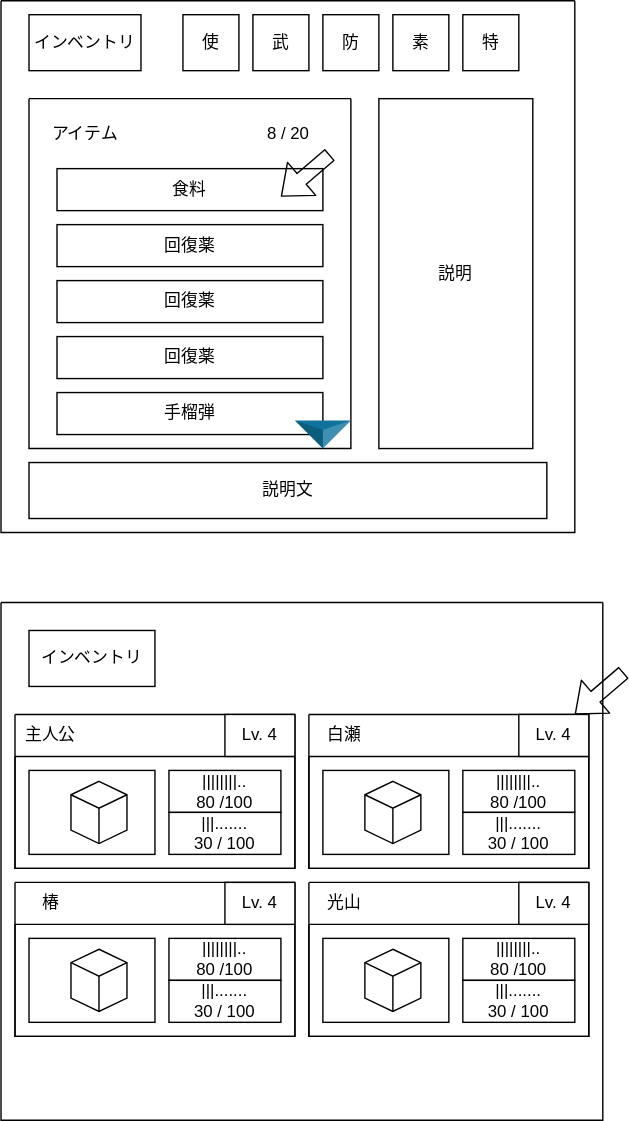
This is docs/images/20231221inventory.drawio.svg from kijimaD/ruins, a draw.io export, as it was before one commit. Source tidied: cells renumbered, new cells last; positions are measured from the earlier drawing's top-left corner, leaving out a move shared by most shapes. Its diagram source:
```xml
<mxGraphModel>
  <root>
    <mxCell id="0" />
    <mxCell id="1" parent="0" />
    <mxCell id="2" style="swimlane;startSize=0;" parent="1" vertex="1">
      <mxGeometry width="410" height="380" as="geometry" />
    </mxCell>
    <mxCell id="3" value="インベントリ" style="whiteSpace=wrap;html=1;" parent="2" vertex="1">
      <mxGeometry x="20" y="10" width="80" height="40" as="geometry" />
    </mxCell>
    <mxCell id="4" style="swimlane;startSize=0;" parent="2" vertex="1">
      <mxGeometry x="20" y="70" width="230" height="250" as="geometry" />
    </mxCell>
    <mxCell id="5" value="アイテム" style="text;html=1;align=center;verticalAlign=middle;strokeColor=none;fillColor=none;" parent="4" vertex="1">
      <mxGeometry x="5" y="10" width="70" height="30" as="geometry" />
    </mxCell>
    <mxCell id="6" value="8 / 20" style="text;html=1;align=center;verticalAlign=middle;strokeColor=none;fillColor=none;" parent="4" vertex="1">
      <mxGeometry x="160" y="10" width="50" height="30" as="geometry" />
    </mxCell>
    <mxCell id="7" value="食料" style="whiteSpace=wrap;html=1;" parent="4" vertex="1">
      <mxGeometry x="20" y="50" width="190" height="30" as="geometry" />
    </mxCell>
    <mxCell id="8" value="回復薬" style="whiteSpace=wrap;html=1;" parent="4" vertex="1">
      <mxGeometry x="20" y="90" width="190" height="30" as="geometry" />
    </mxCell>
    <mxCell id="9" value="回復薬" style="whiteSpace=wrap;html=1;" parent="4" vertex="1">
      <mxGeometry x="20" y="130" width="190" height="30" as="geometry" />
    </mxCell>
    <mxCell id="10" value="回復薬" style="whiteSpace=wrap;html=1;" parent="4" vertex="1">
      <mxGeometry x="20" y="170" width="190" height="30" as="geometry" />
    </mxCell>
    <mxCell id="11" value="手榴弾" style="whiteSpace=wrap;html=1;" parent="4" vertex="1">
      <mxGeometry x="20" y="210" width="190" height="30" as="geometry" />
    </mxCell>
    <mxCell id="12" style="verticalLabelPosition=bottom;verticalAlign=top;html=1;shape=mxgraph.infographic.shadedTriangle;fillColor=#10739E;strokeColor=none;rotation=-180;" parent="4" vertex="1">
      <mxGeometry x="190" y="230" width="40" height="20" as="geometry" />
    </mxCell>
    <mxCell id="13" style="shape=flexArrow;endArrow=classic;html=1;" parent="4" edge="1">
      <mxGeometry relative="1" as="geometry">
        <mxPoint x="215" y="40" as="sourcePoint" />
        <mxPoint x="180" y="70" as="targetPoint" />
      </mxGeometry>
    </mxCell>
    <mxCell id="14" value="説明文" style="whiteSpace=wrap;html=1;" parent="2" vertex="1">
      <mxGeometry x="20" y="330" width="370" height="40" as="geometry" />
    </mxCell>
    <mxCell id="15" value="使" style="whiteSpace=wrap;html=1;" parent="2" vertex="1">
      <mxGeometry x="130" y="10" width="40" height="40" as="geometry" />
    </mxCell>
    <mxCell id="16" value="武" style="whiteSpace=wrap;html=1;" parent="2" vertex="1">
      <mxGeometry x="180" y="10" width="40" height="40" as="geometry" />
    </mxCell>
    <mxCell id="17" value="防" style="whiteSpace=wrap;html=1;" parent="2" vertex="1">
      <mxGeometry x="230" y="10" width="40" height="40" as="geometry" />
    </mxCell>
    <mxCell id="18" value="素" style="whiteSpace=wrap;html=1;" parent="2" vertex="1">
      <mxGeometry x="280" y="10" width="40" height="40" as="geometry" />
    </mxCell>
    <mxCell id="19" value="特" style="whiteSpace=wrap;html=1;" parent="2" vertex="1">
      <mxGeometry x="330" y="10" width="40" height="40" as="geometry" />
    </mxCell>
    <mxCell id="20" value="説明" style="whiteSpace=wrap;html=1;" parent="2" vertex="1">
      <mxGeometry x="270" y="70" width="110" height="250" as="geometry" />
    </mxCell>
    <mxCell id="21" style="swimlane;startSize=0;" parent="1" vertex="1">
      <mxGeometry y="430" width="430" height="370" as="geometry" />
    </mxCell>
    <mxCell id="22" value="インベントリ" style="whiteSpace=wrap;html=1;" parent="21" vertex="1">
      <mxGeometry x="20" y="20" width="90" height="40" as="geometry" />
    </mxCell>
    <mxCell id="23" style="swimlane;startSize=0;" parent="21" vertex="1">
      <mxGeometry x="10" y="80" width="200" height="110" as="geometry" />
    </mxCell>
    <mxCell id="24" style="swimlane;startSize=0;" parent="23" vertex="1">
      <mxGeometry y="30" width="200" height="80" as="geometry" />
    </mxCell>
    <mxCell id="25" style="whiteSpace=wrap;html=1;" parent="24" vertex="1">
      <mxGeometry x="10" y="10" width="90" height="60" as="geometry" />
    </mxCell>
    <mxCell id="26" style="html=1;whiteSpace=wrap;shape=isoCube2;backgroundOutline=1;isoAngle=15;" parent="24" vertex="1">
      <mxGeometry x="40" y="17.8" width="40" height="44.4" as="geometry" />
    </mxCell>
    <mxCell id="27" value="||||||||..&lt;br&gt;&amp;nbsp;80 /100" style="rounded=0;whiteSpace=wrap;html=1;" parent="24" vertex="1">
      <mxGeometry x="110" y="10" width="80" height="30" as="geometry" />
    </mxCell>
    <mxCell id="28" value="|||.......&lt;br&gt;30 / 100" style="rounded=0;whiteSpace=wrap;html=1;" parent="24" vertex="1">
      <mxGeometry x="110" y="40" width="80" height="30" as="geometry" />
    </mxCell>
    <mxCell id="29" value="Lv. 4" style="rounded=0;whiteSpace=wrap;html=1;" parent="23" vertex="1">
      <mxGeometry x="150" width="50" height="30" as="geometry" />
    </mxCell>
    <mxCell id="30" value="主人公" style="text;html=1;align=center;verticalAlign=middle;strokeColor=none;fillColor=none;" parent="23" vertex="1">
      <mxGeometry x="-5" width="60" height="30" as="geometry" />
    </mxCell>
    <mxCell id="31" style="swimlane;startSize=0;" parent="21" vertex="1">
      <mxGeometry x="220" y="80" width="200" height="110" as="geometry" />
    </mxCell>
    <mxCell id="32" style="swimlane;startSize=0;" parent="31" vertex="1">
      <mxGeometry y="30" width="200" height="80" as="geometry" />
    </mxCell>
    <mxCell id="33" style="whiteSpace=wrap;html=1;" parent="32" vertex="1">
      <mxGeometry x="10" y="10" width="90" height="60" as="geometry" />
    </mxCell>
    <mxCell id="34" style="html=1;whiteSpace=wrap;shape=isoCube2;backgroundOutline=1;isoAngle=15;" parent="32" vertex="1">
      <mxGeometry x="40" y="17.8" width="40" height="44.4" as="geometry" />
    </mxCell>
    <mxCell id="35" value="||||||||..&lt;br&gt;&amp;nbsp;80 /100" style="rounded=0;whiteSpace=wrap;html=1;" parent="32" vertex="1">
      <mxGeometry x="110" y="10" width="80" height="30" as="geometry" />
    </mxCell>
    <mxCell id="36" value="|||.......&lt;br&gt;30 / 100" style="rounded=0;whiteSpace=wrap;html=1;" parent="32" vertex="1">
      <mxGeometry x="110" y="40" width="80" height="30" as="geometry" />
    </mxCell>
    <mxCell id="37" value="Lv. 4" style="rounded=0;whiteSpace=wrap;html=1;" parent="31" vertex="1">
      <mxGeometry x="150" width="50" height="30" as="geometry" />
    </mxCell>
    <mxCell id="38" value="白瀬" style="text;html=1;align=center;verticalAlign=middle;strokeColor=none;fillColor=none;" parent="31" vertex="1">
      <mxGeometry width="50" height="30" as="geometry" />
    </mxCell>
    <mxCell id="39" style="swimlane;startSize=0;" parent="21" vertex="1">
      <mxGeometry x="10" y="200" width="200" height="110" as="geometry" />
    </mxCell>
    <mxCell id="40" style="swimlane;startSize=0;" parent="39" vertex="1">
      <mxGeometry y="30" width="200" height="80" as="geometry" />
    </mxCell>
    <mxCell id="41" style="whiteSpace=wrap;html=1;" parent="40" vertex="1">
      <mxGeometry x="10" y="10" width="90" height="60" as="geometry" />
    </mxCell>
    <mxCell id="42" style="html=1;whiteSpace=wrap;shape=isoCube2;backgroundOutline=1;isoAngle=15;" parent="40" vertex="1">
      <mxGeometry x="40" y="17.8" width="40" height="44.4" as="geometry" />
    </mxCell>
    <mxCell id="43" value="||||||||..&lt;br&gt;&amp;nbsp;80 /100" style="rounded=0;whiteSpace=wrap;html=1;" parent="40" vertex="1">
      <mxGeometry x="110" y="10" width="80" height="30" as="geometry" />
    </mxCell>
    <mxCell id="44" value="|||.......&lt;br&gt;30 / 100" style="rounded=0;whiteSpace=wrap;html=1;" parent="40" vertex="1">
      <mxGeometry x="110" y="40" width="80" height="30" as="geometry" />
    </mxCell>
    <mxCell id="45" value="Lv. 4" style="rounded=0;whiteSpace=wrap;html=1;" parent="39" vertex="1">
      <mxGeometry x="150" width="50" height="30" as="geometry" />
    </mxCell>
    <mxCell id="46" value="椿" style="text;html=1;align=center;verticalAlign=middle;strokeColor=none;fillColor=none;" parent="39" vertex="1">
      <mxGeometry x="5" width="40" height="30" as="geometry" />
    </mxCell>
    <mxCell id="47" style="swimlane;startSize=0;" parent="21" vertex="1">
      <mxGeometry x="220" y="200" width="200" height="110" as="geometry" />
    </mxCell>
    <mxCell id="48" style="swimlane;startSize=0;" parent="47" vertex="1">
      <mxGeometry y="30" width="200" height="80" as="geometry" />
    </mxCell>
    <mxCell id="49" style="whiteSpace=wrap;html=1;" parent="48" vertex="1">
      <mxGeometry x="10" y="10" width="90" height="60" as="geometry" />
    </mxCell>
    <mxCell id="50" style="html=1;whiteSpace=wrap;shape=isoCube2;backgroundOutline=1;isoAngle=15;" parent="48" vertex="1">
      <mxGeometry x="40" y="17.8" width="40" height="44.4" as="geometry" />
    </mxCell>
    <mxCell id="51" value="||||||||..&lt;br&gt;&amp;nbsp;80 /100" style="rounded=0;whiteSpace=wrap;html=1;" parent="48" vertex="1">
      <mxGeometry x="110" y="10" width="80" height="30" as="geometry" />
    </mxCell>
    <mxCell id="52" value="|||.......&lt;br&gt;30 / 100" style="rounded=0;whiteSpace=wrap;html=1;" parent="48" vertex="1">
      <mxGeometry x="110" y="40" width="80" height="30" as="geometry" />
    </mxCell>
    <mxCell id="53" value="Lv. 4" style="rounded=0;whiteSpace=wrap;html=1;" parent="47" vertex="1">
      <mxGeometry x="150" width="50" height="30" as="geometry" />
    </mxCell>
    <mxCell id="54" value="光山" style="text;html=1;align=center;verticalAlign=middle;strokeColor=none;fillColor=none;" parent="47" vertex="1">
      <mxGeometry width="50" height="30" as="geometry" />
    </mxCell>
    <mxCell id="55" style="shape=flexArrow;endArrow=classic;html=1;" parent="1" edge="1">
      <mxGeometry relative="1" as="geometry">
        <mxPoint x="445" y="480" as="sourcePoint" />
        <mxPoint x="410" y="510" as="targetPoint" />
      </mxGeometry>
    </mxCell>
  </root>
</mxGraphModel>
```
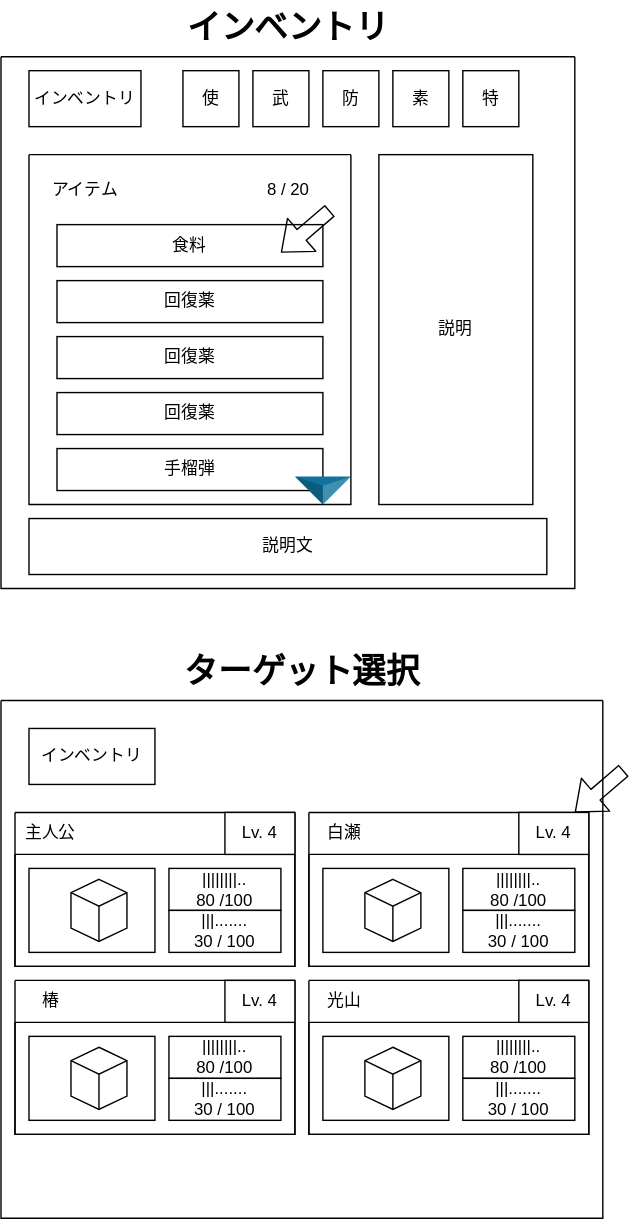
Later version of the same file.

Diff of the diagram source:
```diff
@@ -63,7 +63,7 @@
       <mxGeometry x="270" y="70" width="110" height="250" as="geometry" />
     </mxCell>
     <mxCell id="21" style="swimlane;startSize=0;" parent="1" vertex="1">
-      <mxGeometry y="430" width="430" height="370" as="geometry" />
+      <mxGeometry y="460" width="430" height="370" as="geometry" />
     </mxCell>
     <mxCell id="22" value="インベントリ" style="whiteSpace=wrap;html=1;" parent="21" vertex="1">
       <mxGeometry x="20" y="20" width="90" height="40" as="geometry" />
@@ -166,9 +166,15 @@
     </mxCell>
     <mxCell id="55" style="shape=flexArrow;endArrow=classic;html=1;" parent="1" edge="1">
       <mxGeometry relative="1" as="geometry">
-        <mxPoint x="445" y="480" as="sourcePoint" />
-        <mxPoint x="410" y="510" as="targetPoint" />
+        <mxPoint x="445" y="510" as="sourcePoint" />
+        <mxPoint x="410" y="540" as="targetPoint" />
       </mxGeometry>
     </mxCell>
+    <mxCell id="56" value="インベントリ" style="text;strokeColor=none;fillColor=none;html=1;fontSize=24;fontStyle=1;verticalAlign=middle;align=center;" parent="1" vertex="1">
+      <mxGeometry x="155" y="-40" width="100" height="40" as="geometry" />
+    </mxCell>
+    <mxCell id="57" value="ターゲット選択" style="text;strokeColor=none;fillColor=none;html=1;fontSize=24;fontStyle=1;verticalAlign=middle;align=center;" parent="1" vertex="1">
+      <mxGeometry x="165" y="420" width="100" height="40" as="geometry" />
+    </mxCell>
   </root>
 </mxGraphModel>
```
